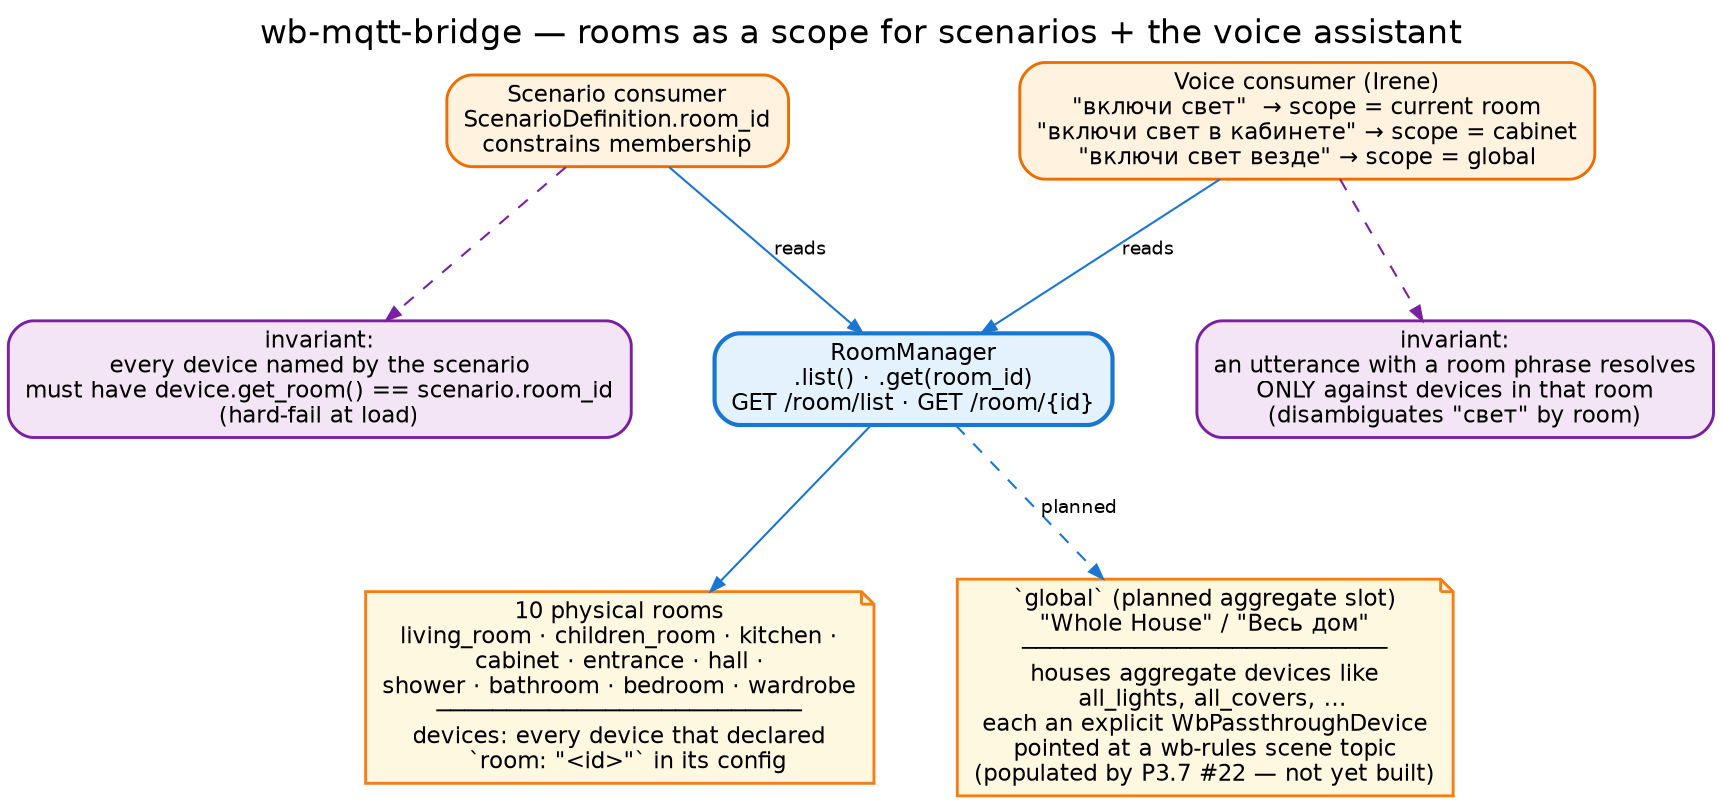
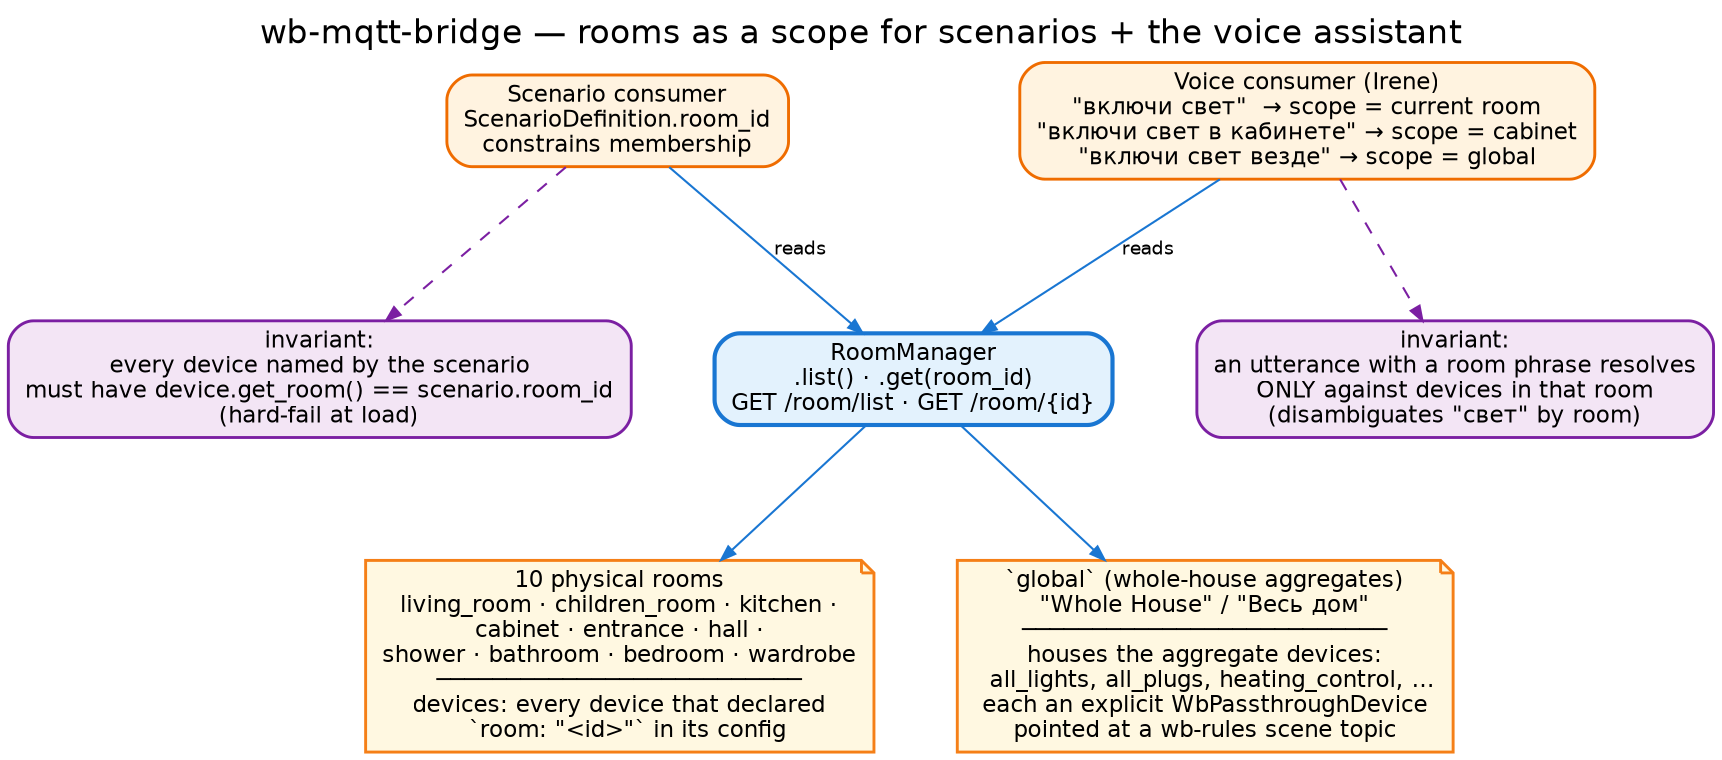
// wb-mqtt-bridge — how scenarios and the voice assistant consume rooms. Render:
//   dot -Tpng docs/images/rooms-in-use.dot -o docs/images/rooms-in-use.png
// Palette: see hexagon.dot header.
digraph rooms_in_use {
  rankdir=TB;
  bgcolor="white";
  splines=spline;
  nodesep=0.55; ranksep=0.8;
  fontname="Helvetica"; labelloc=t; fontsize=16;
  label="wb-mqtt-bridge — rooms as a scope for scenarios + the voice assistant";

  node [fontname="Helvetica", fontsize=11, shape=box, style="filled,rounded", penwidth=1.4];
  edge [fontname="Helvetica", fontsize=9, color="#9e9e9e", arrowsize=0.7];

  // --- consumers ---
  scenario [label="Scenario consumer\nScenarioDefinition.room_id\nconstrains membership",
            fillcolor="#fff3e0", color="#ef6c00"];

  voice [label="Voice consumer (Irene)\n\"включи свет\"  → scope = current room\n\"включи свет в кабинете\" → scope = cabinet\n\"включи свет везде\" → scope = global",
         fillcolor="#fff3e0", color="#ef6c00"];

  // --- the shared API ---
  room_api [label="RoomManager\n.list() · .get(room_id)\nGET /room/list · GET /room/{id}",
            fillcolor="#e3f2fd", color="#1976d2", penwidth=2];

  // --- room buckets ---
  subgraph cluster_buckets {
    label="11 rooms — one declaration per device"; fontsize=12; color="#cfcfcf"; style=rounded; margin=10;
    physical [shape=note, fillcolor="#fff8e1", color="#f57f17",
              label="10 physical rooms\nliving_room · children_room · kitchen ·\ncabinet · entrance · hall ·\nshower · bathroom · bedroom · wardrobe\n──────────────────────────\ndevices: every device that declared\n  `room: \"<id>\"` in its config"];
    global_room [shape=note, fillcolor="#fff8e1", color="#f57f17",
-                  label="`global` (planned aggregate slot)\n\"Whole House\" / \"Весь дом\"\n──────────────────────────\nhouses aggregate devices like\n  all_lights, all_covers, …\neach an explicit WbPassthroughDevice\npointed at a wb-rules scene topic\n(populated by P3.7 #22 — not yet built)"];
+                  label="`global` (whole-house aggregates)\n\"Whole House\" / \"Весь дом\"\n──────────────────────────\nhouses the aggregate devices:\n  all_lights, all_plugs, heating_control, …\neach an explicit WbPassthroughDevice\npointed at a wb-rules scene topic"];
  }

  // --- the invariants (one per consumer) ---
  inv_scenario [label="invariant:\nevery device named by the scenario\nmust have device.get_room() == scenario.room_id\n(hard-fail at load)",
                fillcolor="#f3e5f5", color="#7b1fa2"];

  inv_voice [label="invariant:\nan utterance with a room phrase resolves\nONLY against devices in that room\n(disambiguates \"свет\" by room)",
             fillcolor="#f3e5f5", color="#7b1fa2"];

  // edges
  scenario -> room_api [label="reads", color="#1976d2"];
  voice    -> room_api [label="reads", color="#1976d2"];
  room_api -> physical [color="#1976d2"];
-   room_api -> global_room [color="#1976d2", style=dashed, label="planned"];
+   room_api -> global_room [color="#1976d2"];

  scenario -> inv_scenario [style=dashed, color="#7b1fa2"];
  voice    -> inv_voice    [style=dashed, color="#7b1fa2"];

  {rank=same; scenario; voice}
  {rank=same; physical; global_room}
  {rank=same; inv_scenario; inv_voice}
}
